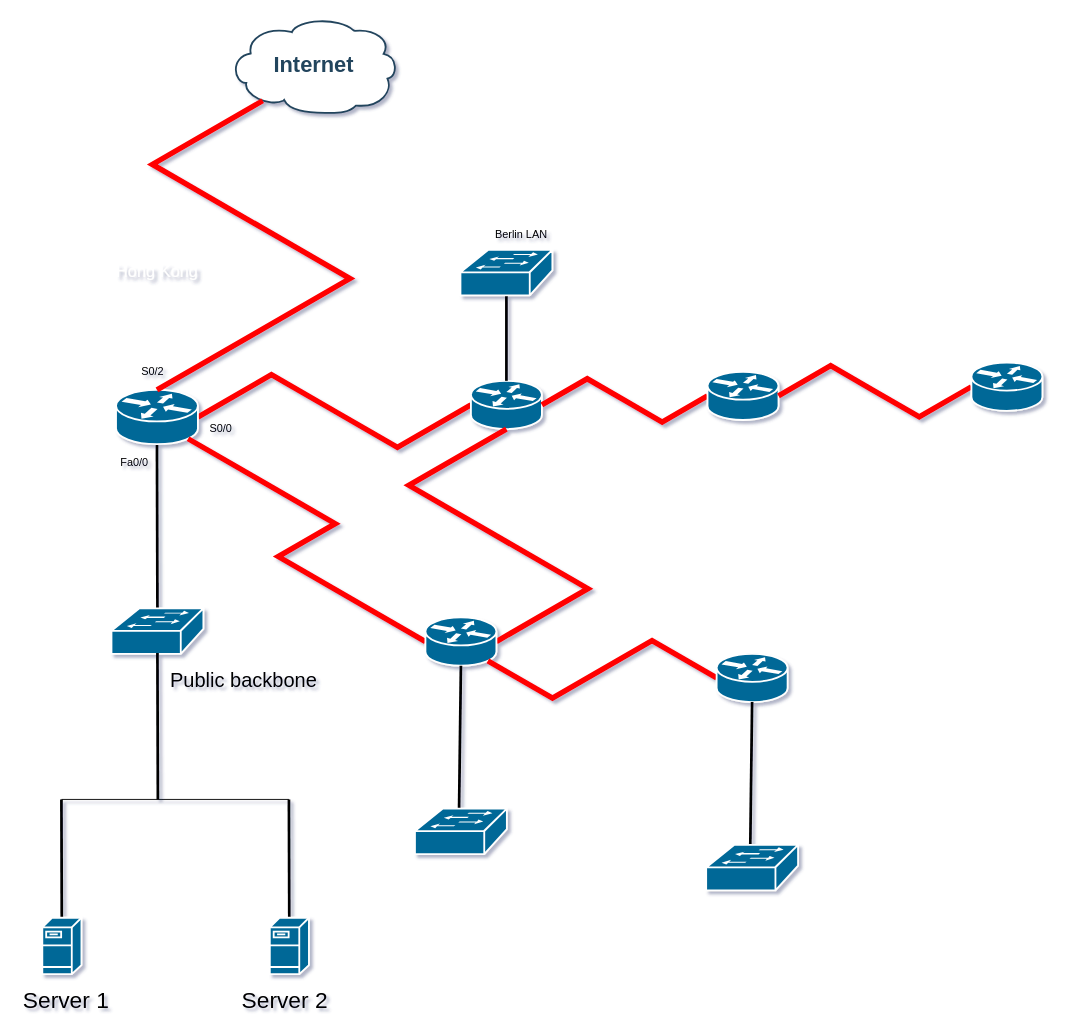
Earlier version of the draw.io diagram Untitled Diagram.drawio (FluffyTrooper2001/flippy-floppy). Source tidied: cells renumbered, new cells numbered last; positions are measured from the earlier drawing's top-left corner, leaving out a move shared by most shapes. Both pictures are drawn from the tidied source at 91%, with x=0, y=0 at pixel (15, 16).
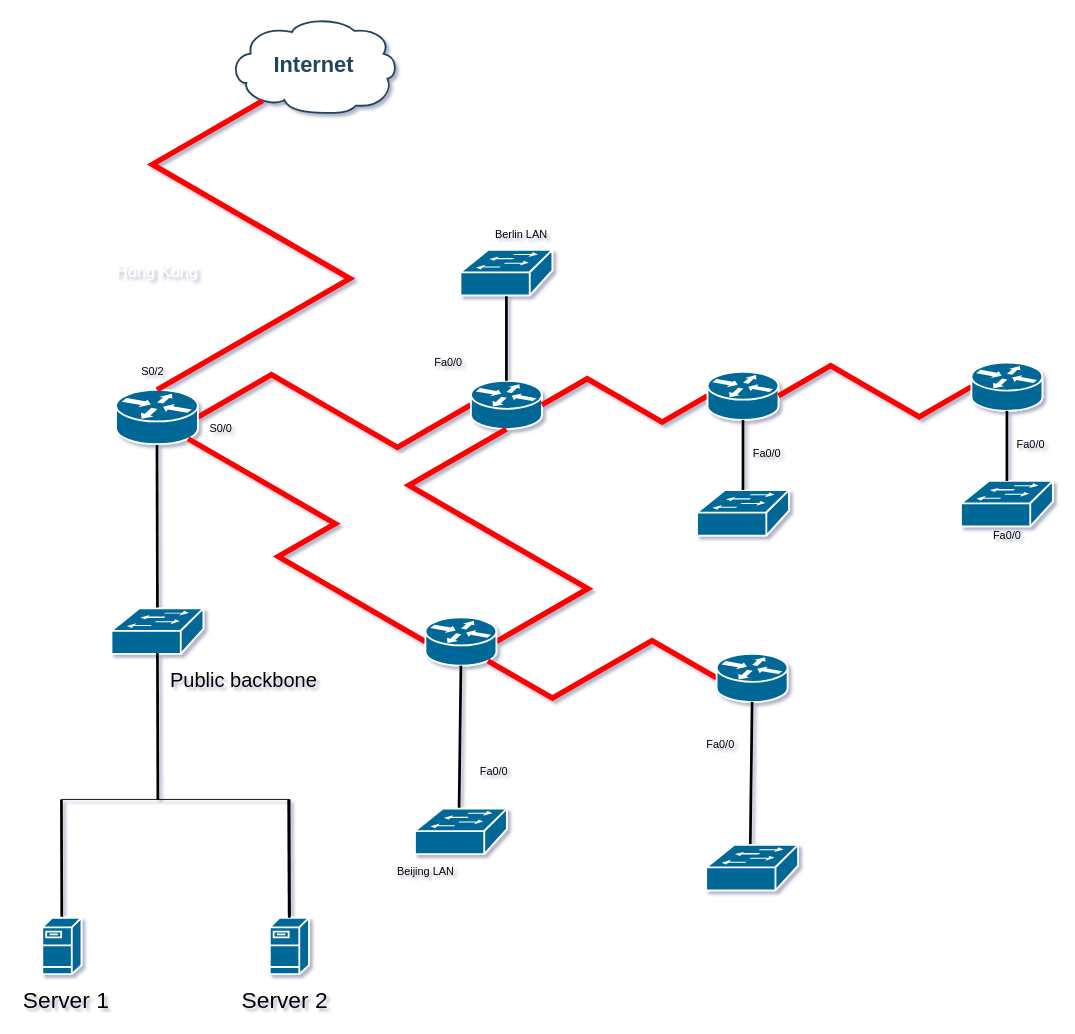
Above is the later version.

Commit message:
make the basic shape of it

The change refers to these unchanged cells:
```xml
<mxCell id="22" style="shape=mxgraph.cisco.routers.router;html=1;dashed=0;fillColor=#036897;strokeColor=#ffffff;strokeWidth=2;verticalLabelPosition=bottom;verticalAlign=top;align=center;outlineConnect=0;" parent="1" vertex="1">
  <mxGeometry x="760" y="390" width="78" height="53" as="geometry" />
</mxCell>
```

Change to the diagram source:
```diff
@@
     <mxCell id="10" value="&lt;font color=&quot;#000000&quot;&gt;Fa0/0&lt;br&gt;&lt;/font&gt;" style="text;html=1;align=center;verticalAlign=middle;strokeColor=none;fillColor=none;fontColor=#FFFFFF;" parent="1" vertex="1">
-      <mxGeometry x="105" y="480" width="50" height="20" as="geometry" />
+      <mxGeometry x="450" y="370" width="50" height="20" as="geometry" />
     </mxCell>
@@
+    <mxCell id="38" value="&lt;font color=&quot;#000000&quot;&gt;Fa0/0&lt;br&gt;&lt;/font&gt;" style="text;html=1;align=center;verticalAlign=middle;strokeColor=none;fillColor=none;fontColor=#FFFFFF;" parent="1" vertex="1">
+      <mxGeometry x="1089.5" y="460" width="50" height="20" as="geometry" />
+    </mxCell>
+    <mxCell id="39" style="edgeStyle=none;rounded=0;orthogonalLoop=1;jettySize=auto;html=1;exitX=0.5;exitY=0.98;exitDx=0;exitDy=0;exitPerimeter=0;endArrow=none;endFill=0;strokeWidth=3;" parent="1" edge="1">
+      <mxGeometry relative="1" as="geometry">
+        <mxPoint x="300" y="860" as="sourcePoint" />
+        <mxPoint x="300.4" y="990" as="targetPoint" />
+      </mxGeometry>
+    </mxCell>
+    <mxCell id="40" style="shape=mxgraph.cisco.switches.workgroup_switch;html=1;dashed=0;fillColor=#036897;strokeColor=#ffffff;strokeWidth=2;verticalLabelPosition=bottom;verticalAlign=top;align=center;outlineConnect=0;" parent="1" vertex="1">
+      <mxGeometry x="748.5" y="520" width="101" height="50" as="geometry" />
+    </mxCell>
+    <mxCell id="41" style="edgeStyle=none;rounded=0;jettySize=auto;html=1;endArrow=none;endFill=0;strokeWidth=3;exitX=0.5;exitY=1;exitDx=0;exitDy=0;exitPerimeter=0;" parent="1" edge="1" source="22" target="40">
+      <mxGeometry relative="1" as="geometry" />
+    </mxCell>
+    <mxCell id="42" style="shape=mxgraph.cisco.switches.workgroup_switch;html=1;dashed=0;fillColor=#036897;strokeColor=#ffffff;strokeWidth=2;verticalLabelPosition=bottom;verticalAlign=top;align=center;outlineConnect=0;" parent="1" vertex="1">
+      <mxGeometry x="1038.5" y="510" width="101" height="50" as="geometry" />
+    </mxCell>
+    <mxCell id="43" style="edgeStyle=none;rounded=0;jettySize=auto;html=1;endArrow=none;endFill=0;strokeWidth=3;exitX=0.5;exitY=1;exitDx=0;exitDy=0;exitPerimeter=0;" parent="1" edge="1" target="42">
+      <mxGeometry relative="1" as="geometry">
+        <mxPoint x="1089" y="433" as="sourcePoint" />
+      </mxGeometry>
+    </mxCell>
+    <mxCell id="44" value="Beijing LAN" style="text;html=1;align=center;verticalAlign=middle;strokeColor=none;fillColor=none;" parent="1" vertex="1">
+      <mxGeometry x="410" y="930" width="80" height="20" as="geometry" />
+    </mxCell>
+    <mxCell id="45" value="&lt;font color=&quot;#000000&quot;&gt;Fa0/0&lt;br&gt;&lt;/font&gt;" style="text;html=1;align=center;verticalAlign=middle;strokeColor=none;fillColor=none;fontColor=#FFFFFF;" parent="1" vertex="1">
+      <mxGeometry x="799.5" y="469.6" width="50" height="20" as="geometry" />
+    </mxCell>
+    <mxCell id="46" value="&lt;font color=&quot;#000000&quot;&gt;Fa0/0&lt;br&gt;&lt;/font&gt;" style="text;html=1;align=center;verticalAlign=middle;strokeColor=none;fillColor=none;fontColor=#FFFFFF;" parent="1" vertex="1">
+      <mxGeometry x="1064" y="560" width="50" height="20" as="geometry" />
+    </mxCell>
+    <mxCell id="47" value="&lt;font color=&quot;#000000&quot;&gt;Fa0/0&lt;br&gt;&lt;/font&gt;" style="text;html=1;align=center;verticalAlign=middle;strokeColor=none;fillColor=none;fontColor=#FFFFFF;" parent="1" vertex="1">
+      <mxGeometry x="748.5" y="790" width="50" height="20" as="geometry" />
+    </mxCell>
+    <mxCell id="48" value="&lt;font color=&quot;#000000&quot;&gt;Fa0/0&lt;br&gt;&lt;/font&gt;" style="text;html=1;align=center;verticalAlign=middle;strokeColor=none;fillColor=none;fontColor=#FFFFFF;" parent="1" vertex="1">
+      <mxGeometry x="500" y="820" width="50" height="20" as="geometry" />
+    </mxCell>
```
